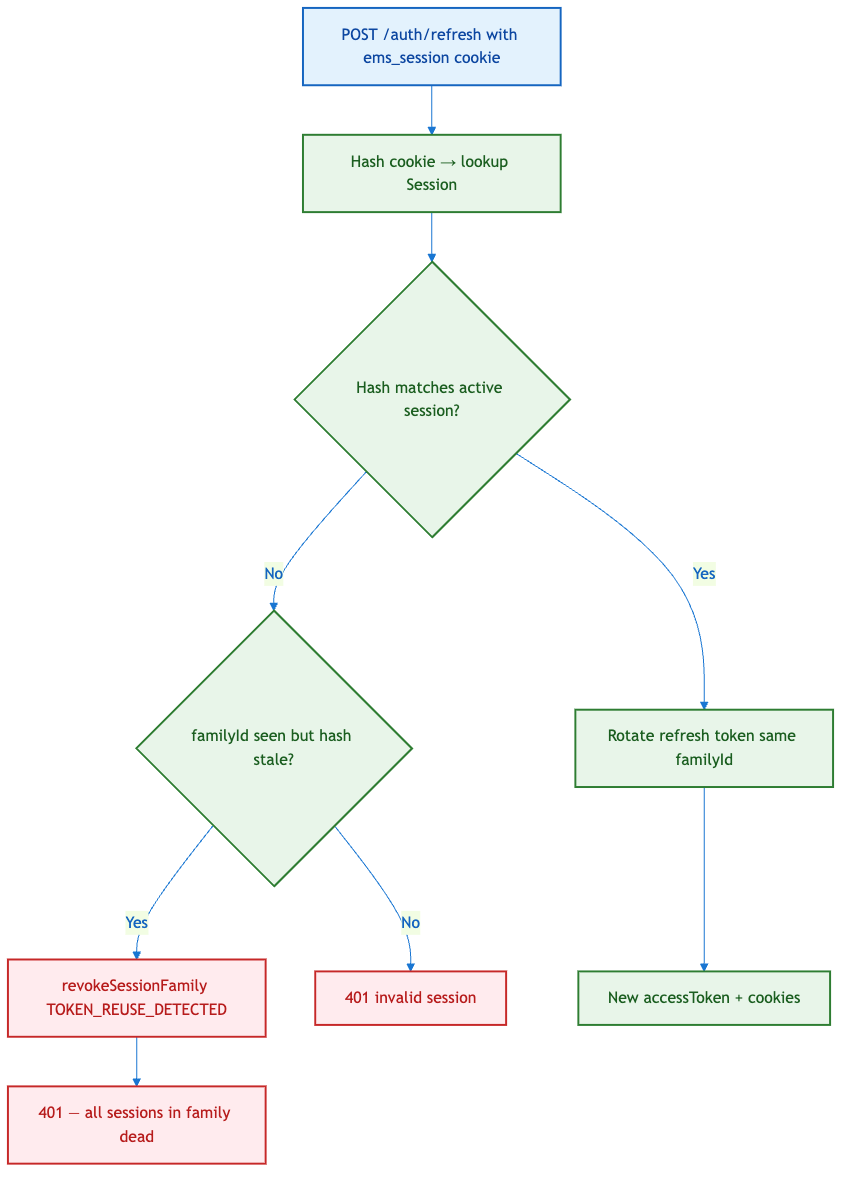
Above: docs/.pdf-assets/diagram-32.png in saeedafri/Employee-management-system (Mermaid), before the change. Its source is kept beside it as docs/.pdf-assets/diagram-32.mmd.
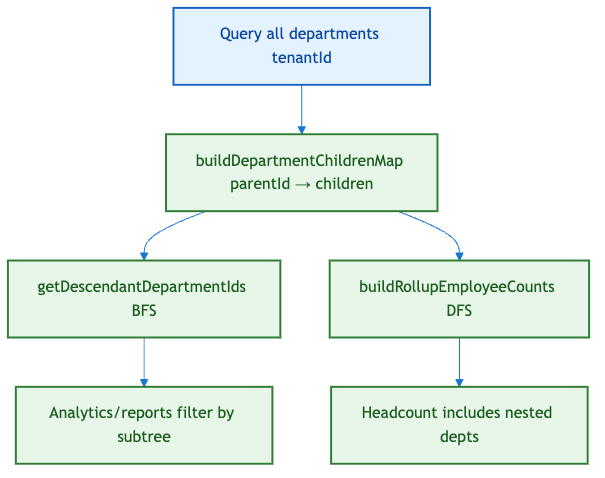
After the commit.

What changed in the source:
```diff
@@ -1,19 +1,15 @@
 flowchart TD
 %%{init: {'theme': 'base', 'themeVariables': { 'primaryColor': '#e3f2fd', 'primaryTextColor': '#1565c0', 'lineColor': '#1976d2'}}}%%
-R1["POST /auth/refresh with ems_session cookie"] --> H1["Hash cookie → lookup Session"]
-    H1 --> M1{Hash matches active session?}
-    M1 -->|Yes| ROT["Rotate refresh token same familyId"]
-    M1 -->|No| M2{familyId seen but hash stale?}
-    M2 -->|Yes| REV["revokeSessionFamily TOKEN_REUSE_DETECTED"]
-    REV --> E401["401 — all sessions in family dead"]
-    M2 -->|No| E401B["401 invalid session"]
-    ROT --> OK["New accessToken + cookies"]
+Q["Query all departments tenantId"] --> MAP["buildDepartmentChildrenMap parentId → children"]
+    MAP --> DESC["getDescendantDepartmentIds BFS"]
+    MAP --> ROLL["buildRollupEmployeeCounts DFS"]
+    DESC --> FILTER["Analytics/reports filter by subtree"]
+    ROLL --> UI["Headcount includes nested depts"]
 
 classDef client fill:#e3f2fd,stroke:#1565c0,color:#0d47a1
     classDef api fill:#e8f5e9,stroke:#2e7d32,color:#1b5e20
     classDef db fill:#fff3e0,stroke:#ef6c00,color:#e65100
     classDef external fill:#f3e5f5,stroke:#7b1fa2,color:#4a148c
     classDef warn fill:#ffebee,stroke:#c62828,color:#b71c1c
-    class R1 client
-    class H1,M1,M2,OK,ROT api
-    class E401,E401B,REV warn
+    class Q client
+    class DESC,FILTER,MAP,ROLL,UI api
```
